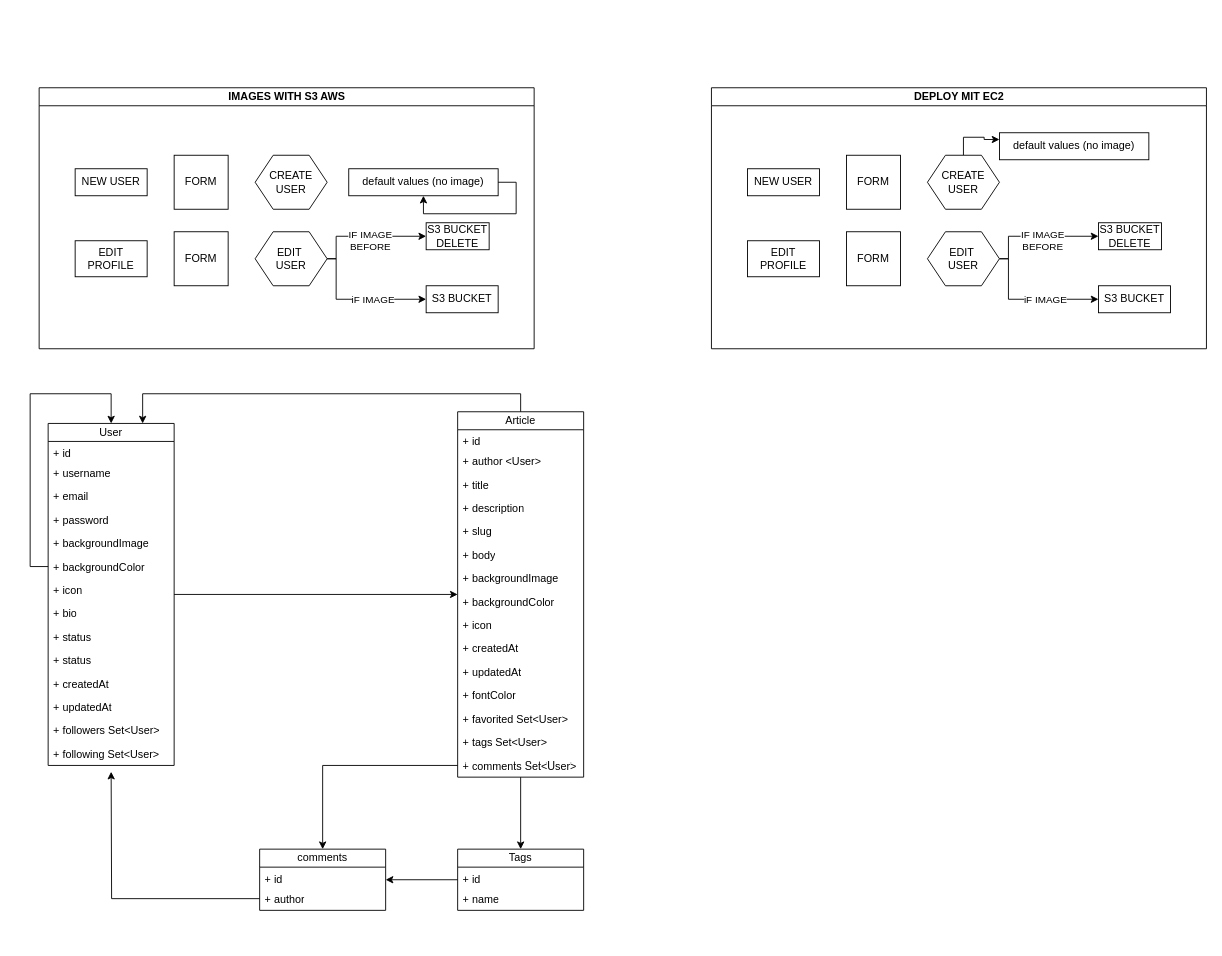
Above: Dmblog.drawio in dmsosa/dmblog (draw.io), before the change. Source tidied: cells renumbered, new cells numbered last; positions are measured from the earlier drawing's top-left corner, leaving out a move shared by most shapes. Both pictures are drawn from the tidied source at 90%, with x=0, y=0 at pixel (30, 87).
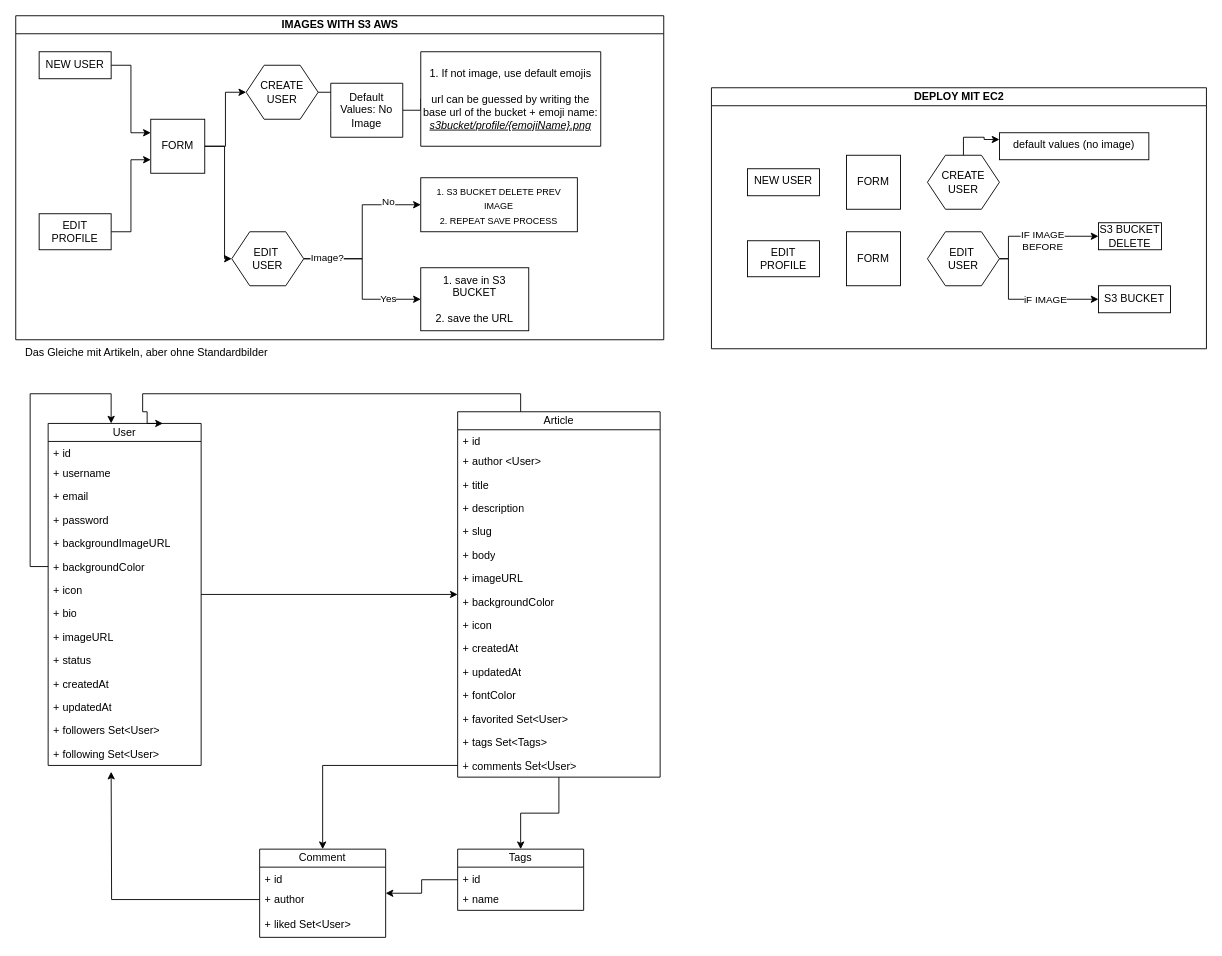
The same page after the edit.

The edit, as a diff of the source:
```diff
@@
     <mxCell id="18" value="User" style="swimlane;fontStyle=0;horizontal=1;startSize=20;fillColor=none;whiteSpace=wrap;html=1;" parent="1" vertex="1">
-      <mxGeometry x="20" y="373" width="140" height="380" as="geometry" />
+      <mxGeometry x="20" y="373" width="170" height="380" as="geometry" />
     </mxCell>
     <mxCell id="19" value="+ id" style="text;strokeColor=none;fillColor=none;align=left;verticalAlign=top;spacingLeft=4;spacingRight=4;overflow=hidden;whiteSpace=wrap;html=1;" parent="18" vertex="1">
-      <mxGeometry y="20" width="140" height="22" as="geometry" />
+      <mxGeometry y="20" width="170" height="22" as="geometry" />
     </mxCell>
     <mxCell id="20" value="+ username" style="text;strokeColor=none;fillColor=none;align=left;verticalAlign=top;spacingLeft=4;spacingRight=4;overflow=hidden;whiteSpace=wrap;html=1;" parent="18" vertex="1">
-      <mxGeometry y="42" width="140" height="26" as="geometry" />
+      <mxGeometry y="42" width="170" height="26" as="geometry" />
     </mxCell>
     <mxCell id="21" value="+ email" style="text;strokeColor=none;fillColor=none;align=left;verticalAlign=top;spacingLeft=4;spacingRight=4;overflow=hidden;whiteSpace=wrap;html=1;" parent="18" vertex="1">
-      <mxGeometry y="68" width="140" height="26" as="geometry" />
+      <mxGeometry y="68" width="170" height="26" as="geometry" />
     </mxCell>
     <mxCell id="22" value="+ password" style="text;strokeColor=none;fillColor=none;align=left;verticalAlign=top;spacingLeft=4;spacingRight=4;overflow=hidden;whiteSpace=wrap;html=1;" parent="18" vertex="1">
-      <mxGeometry y="94" width="140" height="26" as="geometry" />
+      <mxGeometry y="94" width="170" height="26" as="geometry" />
     </mxCell>
-    <mxCell id="23" value="+ backgroundImage" style="text;strokeColor=none;fillColor=none;align=left;verticalAlign=top;spacingLeft=4;spacingRight=4;overflow=hidden;whiteSpace=wrap;html=1;" parent="18" vertex="1">
-      <mxGeometry y="120" width="140" height="26" as="geometry" />
+    <mxCell id="23" value="+ backgroundImageURL" style="text;strokeColor=none;fillColor=none;align=left;verticalAlign=top;spacingLeft=4;spacingRight=4;overflow=hidden;whiteSpace=wrap;html=1;" parent="18" vertex="1">
+      <mxGeometry y="120" width="170" height="26" as="geometry" />
     </mxCell>
@@
     <mxCell id="25" value="+ backgroundColor" style="text;strokeColor=none;fillColor=none;align=left;verticalAlign=top;spacingLeft=4;spacingRight=4;overflow=hidden;points=[[0,0.5],[1,0.5]];portConstraint=eastwest;whiteSpace=wrap;html=1;" parent="18" vertex="1">
-      <mxGeometry y="146" width="140" height="26" as="geometry" />
+      <mxGeometry y="146" width="170" height="26" as="geometry" />
     </mxCell>
     <mxCell id="26" value="+ icon" style="text;strokeColor=none;fillColor=none;align=left;verticalAlign=top;spacingLeft=4;spacingRight=4;overflow=hidden;whiteSpace=wrap;html=1;" parent="18" vertex="1">
-      <mxGeometry y="172" width="140" height="26" as="geometry" />
+      <mxGeometry y="172" width="170" height="26" as="geometry" />
     </mxCell>
     <mxCell id="27" value="+ bio" style="text;strokeColor=none;fillColor=none;align=left;verticalAlign=top;spacingLeft=4;spacingRight=4;overflow=hidden;whiteSpace=wrap;html=1;" parent="18" vertex="1">
-      <mxGeometry y="198" width="140" height="26" as="geometry" />
+      <mxGeometry y="198" width="170" height="26" as="geometry" />
     </mxCell>
-    <mxCell id="28" value="+ status" style="text;strokeColor=none;fillColor=none;align=left;verticalAlign=top;spacingLeft=4;spacingRight=4;overflow=hidden;whiteSpace=wrap;html=1;" parent="18" vertex="1">
-      <mxGeometry y="224" width="140" height="26" as="geometry" />
+    <mxCell id="28" value="+ imageURL" style="text;strokeColor=none;fillColor=none;align=left;verticalAlign=top;spacingLeft=4;spacingRight=4;overflow=hidden;whiteSpace=wrap;html=1;" parent="18" vertex="1">
+      <mxGeometry y="224" width="170" height="26" as="geometry" />
     </mxCell>
     <mxCell id="29" value="+ status" style="text;strokeColor=none;fillColor=none;align=left;verticalAlign=top;spacingLeft=4;spacingRight=4;overflow=hidden;whiteSpace=wrap;html=1;" parent="18" vertex="1">
-      <mxGeometry y="250" width="140" height="26" as="geometry" />
+      <mxGeometry y="250" width="170" height="26" as="geometry" />
     </mxCell>
     <mxCell id="30" value="+ createdAt" style="text;strokeColor=none;fillColor=none;align=left;verticalAlign=top;spacingLeft=4;spacingRight=4;overflow=hidden;whiteSpace=wrap;html=1;" parent="18" vertex="1">
-      <mxGeometry y="276" width="140" height="26" as="geometry" />
+      <mxGeometry y="276" width="170" height="26" as="geometry" />
     </mxCell>
     <mxCell id="31" value="+ updatedAt" style="text;strokeColor=none;fillColor=none;align=left;verticalAlign=top;spacingLeft=4;spacingRight=4;overflow=hidden;whiteSpace=wrap;html=1;" parent="18" vertex="1">
-      <mxGeometry y="302" width="140" height="26" as="geometry" />
+      <mxGeometry y="302" width="170" height="26" as="geometry" />
     </mxCell>
     <mxCell id="32" value="+ followers Set&amp;lt;User&amp;gt;" style="text;strokeColor=none;fillColor=none;align=left;verticalAlign=top;spacingLeft=4;spacingRight=4;overflow=hidden;whiteSpace=wrap;html=1;" parent="18" vertex="1">
-      <mxGeometry y="328" width="140" height="26" as="geometry" />
+      <mxGeometry y="328" width="170" height="26" as="geometry" />
     </mxCell>
     <mxCell id="33" value="+ following Set&amp;lt;User&amp;gt;" style="text;strokeColor=none;fillColor=none;align=left;verticalAlign=top;spacingLeft=4;spacingRight=4;overflow=hidden;whiteSpace=wrap;html=1;" parent="18" vertex="1">
-      <mxGeometry y="354" width="140" height="26" as="geometry" />
+      <mxGeometry y="354" width="170" height="26" as="geometry" />
     </mxCell>
     <mxCell id="34" style="edgeStyle=orthogonalEdgeStyle;rounded=0;jettySize=auto;html=1;entryX=0.75;entryY=0;entryDx=0;entryDy=0;" parent="1" edge="1" source="36" target="18">
       <mxGeometry relative="1" as="geometry">
         <Array as="points">
           <mxPoint x="545" y="340" />
           <mxPoint x="125" y="340" />
+          <mxPoint x="125" y="360" />
+          <mxPoint x="130" y="360" />
+          <mxPoint x="130" y="373" />
         </Array>
       </mxGeometry>
     </mxCell>
@@
     <mxCell id="36" value="Article" style="swimlane;fontStyle=0;horizontal=1;startSize=20;fillColor=none;whiteSpace=wrap;html=1;" parent="1" vertex="1">
-      <mxGeometry x="475" y="360" width="140" height="406" as="geometry" />
+      <mxGeometry x="475" y="360" width="225" height="406" as="geometry" />
     </mxCell>
     <mxCell id="37" value="+ id" style="text;strokeColor=none;fillColor=none;align=left;verticalAlign=top;spacingLeft=4;spacingRight=4;overflow=hidden;whiteSpace=wrap;html=1;" parent="36" vertex="1">
-      <mxGeometry y="20" width="140" height="22" as="geometry" />
+      <mxGeometry y="20" width="225" height="22" as="geometry" />
     </mxCell>
     <mxCell id="38" value="+ author &amp;lt;User&amp;gt;" style="text;strokeColor=none;fillColor=none;align=left;verticalAlign=top;spacingLeft=4;spacingRight=4;overflow=hidden;whiteSpace=wrap;html=1;" parent="36" vertex="1">
-      <mxGeometry y="42" width="140" height="26" as="geometry" />
+      <mxGeometry y="42" width="225" height="26" as="geometry" />
     </mxCell>
     <mxCell id="39" value="+ title" style="text;strokeColor=none;fillColor=none;align=left;verticalAlign=top;spacingLeft=4;spacingRight=4;overflow=hidden;whiteSpace=wrap;html=1;" parent="36" vertex="1">
-      <mxGeometry y="68" width="140" height="26" as="geometry" />
+      <mxGeometry y="68" width="225" height="26" as="geometry" />
     </mxCell>
     <mxCell id="40" value="+ description" style="text;strokeColor=none;fillColor=none;align=left;verticalAlign=top;spacingLeft=4;spacingRight=4;overflow=hidden;whiteSpace=wrap;html=1;" parent="36" vertex="1">
-      <mxGeometry y="94" width="140" height="26" as="geometry" />
+      <mxGeometry y="94" width="225" height="26" as="geometry" />
     </mxCell>
     <mxCell id="41" value="+ slug" style="text;strokeColor=none;fillColor=none;align=left;verticalAlign=top;spacingLeft=4;spacingRight=4;overflow=hidden;whiteSpace=wrap;html=1;" parent="36" vertex="1">
-      <mxGeometry y="120" width="140" height="26" as="geometry" />
+      <mxGeometry y="120" width="225" height="26" as="geometry" />
     </mxCell>
     <mxCell id="42" value="+ body" style="text;strokeColor=none;fillColor=none;align=left;verticalAlign=top;spacingLeft=4;spacingRight=4;overflow=hidden;whiteSpace=wrap;html=1;" parent="36" vertex="1">
-      <mxGeometry y="146" width="140" height="26" as="geometry" />
+      <mxGeometry y="146" width="225" height="26" as="geometry" />
     </mxCell>
-    <mxCell id="43" value="+ backgroundImage" style="text;strokeColor=none;fillColor=none;align=left;verticalAlign=top;spacingLeft=4;spacingRight=4;overflow=hidden;whiteSpace=wrap;html=1;" parent="36" vertex="1">
-      <mxGeometry y="172" width="140" height="26" as="geometry" />
+    <mxCell id="43" value="+ imageURL" style="text;strokeColor=none;fillColor=none;align=left;verticalAlign=top;spacingLeft=4;spacingRight=4;overflow=hidden;whiteSpace=wrap;html=1;" parent="36" vertex="1">
+      <mxGeometry y="172" width="225" height="26" as="geometry" />
     </mxCell>
     <mxCell id="44" value="+ backgroundColor" style="text;strokeColor=none;fillColor=none;align=left;verticalAlign=top;spacingLeft=4;spacingRight=4;overflow=hidden;whiteSpace=wrap;html=1;" parent="36" vertex="1">
-      <mxGeometry y="198" width="140" height="26" as="geometry" />
+      <mxGeometry y="198" width="225" height="26" as="geometry" />
     </mxCell>
     <mxCell id="45" value="+ icon" style="text;strokeColor=none;fillColor=none;align=left;verticalAlign=top;spacingLeft=4;spacingRight=4;overflow=hidden;whiteSpace=wrap;html=1;" parent="36" vertex="1">
-      <mxGeometry y="224" width="140" height="26" as="geometry" />
+      <mxGeometry y="224" width="225" height="26" as="geometry" />
     </mxCell>
     <mxCell id="46" value="+ createdAt" style="text;strokeColor=none;fillColor=none;align=left;verticalAlign=top;spacingLeft=4;spacingRight=4;overflow=hidden;whiteSpace=wrap;html=1;" parent="36" vertex="1">
-      <mxGeometry y="250" width="140" height="26" as="geometry" />
+      <mxGeometry y="250" width="225" height="26" as="geometry" />
     </mxCell>
     <mxCell id="47" value="+ updatedAt" style="text;strokeColor=none;fillColor=none;align=left;verticalAlign=top;spacingLeft=4;spacingRight=4;overflow=hidden;whiteSpace=wrap;html=1;" parent="36" vertex="1">
-      <mxGeometry y="276" width="140" height="26" as="geometry" />
+      <mxGeometry y="276" width="225" height="26" as="geometry" />
     </mxCell>
     <mxCell id="48" value="+ fontColor" style="text;strokeColor=none;fillColor=none;align=left;verticalAlign=top;spacingLeft=4;spacingRight=4;overflow=hidden;whiteSpace=wrap;html=1;" parent="36" vertex="1">
-      <mxGeometry y="302" width="140" height="26" as="geometry" />
+      <mxGeometry y="302" width="225" height="26" as="geometry" />
     </mxCell>
     <mxCell id="49" value="+ favorited Set&amp;lt;User&amp;gt;" style="text;strokeColor=none;fillColor=none;align=left;verticalAlign=top;spacingLeft=4;spacingRight=4;overflow=hidden;whiteSpace=wrap;html=1;" parent="36" vertex="1">
-      <mxGeometry y="328" width="140" height="26" as="geometry" />
+      <mxGeometry y="328" width="225" height="26" as="geometry" />
     </mxCell>
-    <mxCell id="50" value="+ tags Set&amp;lt;User&amp;gt;" style="text;strokeColor=none;fillColor=none;align=left;verticalAlign=top;spacingLeft=4;spacingRight=4;overflow=hidden;whiteSpace=wrap;html=1;" parent="36" vertex="1">
-      <mxGeometry y="354" width="140" height="26" as="geometry" />
+    <mxCell id="50" value="+ tags Set&amp;lt;Tags&amp;gt;" style="text;strokeColor=none;fillColor=none;align=left;verticalAlign=top;spacingLeft=4;spacingRight=4;overflow=hidden;whiteSpace=wrap;html=1;" parent="36" vertex="1">
+      <mxGeometry y="354" width="225" height="26" as="geometry" />
     </mxCell>
     <mxCell id="51" value="+ comments Set&amp;lt;User&amp;gt;" style="text;strokeColor=none;fillColor=none;align=left;verticalAlign=top;spacingLeft=4;spacingRight=4;overflow=hidden;points=[[0,0.5],[1,0.5]];portConstraint=eastwest;whiteSpace=wrap;html=1;" parent="36" vertex="1">
-      <mxGeometry y="380" width="140" height="26" as="geometry" />
+      <mxGeometry y="380" width="225" height="26" as="geometry" />
     </mxCell>
@@
-    <mxCell id="56" value="comments" style="swimlane;fontStyle=0;horizontal=1;startSize=20;fillColor=none;whiteSpace=wrap;html=1;" parent="1" vertex="1">
-      <mxGeometry x="255" y="846" width="140" height="68" as="geometry" />
+    <mxCell id="56" value="Comment" style="swimlane;fontStyle=0;horizontal=1;startSize=20;fillColor=none;whiteSpace=wrap;html=1;" parent="1" vertex="1">
+      <mxGeometry x="255" y="846" width="140" height="98" as="geometry" />
     </mxCell>
@@
     <mxCell id="59" value="+ author" style="text;strokeColor=none;fillColor=none;align=left;verticalAlign=top;spacingLeft=4;spacingRight=4;overflow=hidden;points=[[0,0.5],[1,0.5]];portConstraint=eastwest;whiteSpace=wrap;html=1;" parent="56" vertex="1">
-      <mxGeometry y="42" width="140" height="26" as="geometry" />
+      <mxGeometry y="42" width="140" height="28" as="geometry" />
     </mxCell>
+    <mxCell id="76" value="+ liked Set&amp;lt;User&amp;gt;" style="text;strokeColor=none;fillColor=none;align=left;verticalAlign=top;spacingLeft=4;spacingRight=4;overflow=hidden;whiteSpace=wrap;html=1;" parent="56" vertex="1">
+      <mxGeometry y="70" width="140" height="28" as="geometry" />
+    </mxCell>
@@
     <mxCell id="61" value="IMAGES WITH S3 AWS" style="swimlane;html=1;startSize=20;horizontal=1;containerType=tree;glass=0;" parent="1" vertex="1">
-      <mxGeometry x="10" width="550" height="290" as="geometry" />
+      <mxGeometry x="-16" y="-80" width="720" height="360" as="geometry" />
     </mxCell>
-    <mxCell id="62" value="default values (no image)" style="rounded=0;whiteSpace=wrap;html=1;verticalAlign=top;" parent="61" vertex="1">
-      <mxGeometry x="344" y="90" width="166" height="30" as="geometry" />
-    </mxCell>
+    <mxCell id="77" style="edgeStyle=orthogonalEdgeStyle;rounded=0;jettySize=auto;html=1;entryX=0;entryY=0.25;entryDx=0;entryDy=0;" parent="61" edge="1" source="63" target="64">
+      <mxGeometry relative="1" as="geometry" />
+    </mxCell>
     <mxCell id="63" value="NEW USER" style="rounded=0;whiteSpace=wrap;html=1;verticalAlign=top;" parent="61" vertex="1">
-      <mxGeometry x="40" y="90" width="80" height="30" as="geometry" />
+      <mxGeometry x="26" y="40" width="80" height="30" as="geometry" />
     </mxCell>
+    <mxCell id="78" style="edgeStyle=orthogonalEdgeStyle;rounded=0;jettySize=auto;html=1;" parent="61" edge="1" source="64" target="65">
+      <mxGeometry relative="1" as="geometry" />
+    </mxCell>
+    <mxCell id="79" style="edgeStyle=orthogonalEdgeStyle;rounded=0;jettySize=auto;html=1;entryX=0;entryY=0.5;entryDx=0;entryDy=0;" parent="61" edge="1" target="72">
+      <mxGeometry relative="1" as="geometry">
+        <mxPoint x="176" y="145" as="sourcePoint" />
+        <Array as="points">
+          <mxPoint x="232" y="145" />
+          <mxPoint x="232" y="270" />
+        </Array>
+      </mxGeometry>
+    </mxCell>
     <mxCell id="64" value="FORM" style="whiteSpace=wrap;html=1;" parent="61" vertex="1">
-      <mxGeometry x="150" y="75" width="60" height="60" as="geometry" />
+      <mxGeometry x="150" y="115" width="60" height="60" as="geometry" />
     </mxCell>
     <mxCell id="65" value="CREATE USER" style="shape=hexagon;perimeter=hexagonPerimeter2;whiteSpace=wrap;html=1;fixedSize=1;" parent="61" vertex="1">
-      <mxGeometry x="240" y="75" width="80" height="60" as="geometry" />
+      <mxGeometry x="256" y="55" width="80" height="60" as="geometry" />
     </mxCell>
+    <mxCell id="80" style="edgeStyle=orthogonalEdgeStyle;rounded=0;jettySize=auto;html=1;entryX=0;entryY=0.75;entryDx=0;entryDy=0;" parent="61" edge="1" source="66" target="64">
+      <mxGeometry relative="1" as="geometry" />
+    </mxCell>
     <mxCell id="66" value="EDIT PROFILE" style="rounded=0;whiteSpace=wrap;html=1;" parent="61" vertex="1">
-      <mxGeometry x="40" y="170" width="80" height="40" as="geometry" />
+      <mxGeometry x="26" y="220" width="80" height="40" as="geometry" />
     </mxCell>
-    <mxCell id="67" value="FORM" style="whiteSpace=wrap;html=1;" parent="61" vertex="1">
-      <mxGeometry x="150" y="160" width="60" height="60" as="geometry" />
-    </mxCell>
+    <mxCell id="70" style="edgeStyle=orthogonalEdgeStyle;rounded=0;jettySize=auto;html=1;exitX=1;exitY=0.5;exitDx=0;exitDy=0;entryX=0;entryY=0.5;entryDx=0;entryDy=0;" parent="61" edge="1" source="72" target="74">
+      <mxGeometry relative="1" as="geometry" />
+    </mxCell>
+    <mxCell id="81" value="No" style="edgeLabel;html=1;align=center;verticalAlign=middle;" parent="70" vertex="1">
+      <mxGeometry x="0.61" y="4" relative="1" as="geometry" />
+    </mxCell>
-    <mxCell id="68" style="edgeStyle=orthogonalEdgeStyle;rounded=0;jettySize=auto;html=1;entryX=0;entryY=0.5;entryDx=0;entryDy=0;" parent="61" edge="1" source="72" target="73">
-      <mxGeometry relative="1" as="geometry">
-        <Array as="points">
-          <mxPoint x="330" y="190" />
-          <mxPoint x="330" y="235" />
-        </Array>
-      </mxGeometry>
+    <mxCell id="68" style="edgeStyle=orthogonalEdgeStyle;rounded=0;jettySize=auto;html=1;exitX=1;exitY=0.5;exitDx=0;exitDy=0;entryX=0;entryY=0.5;entryDx=0;entryDy=0;" parent="61" edge="1" source="72" target="73">
+      <mxGeometry relative="1" as="geometry" />
     </mxCell>
-    <mxCell id="69" value="iF IMAGE" style="edgeLabel;html=1;align=center;verticalAlign=middle;" parent="68" vertex="1">
-      <mxGeometry x="-0.28" y="-4" relative="1" as="geometry">
-        <mxPoint x="39" y="-4" as="offset" />
-      </mxGeometry>
-    </mxCell>
-    <mxCell id="70" style="edgeStyle=orthogonalEdgeStyle;rounded=0;jettySize=auto;html=1;exitX=1;exitY=0.5;exitDx=0;exitDy=0;entryX=0;entryY=0.5;entryDx=0;entryDy=0;" parent="61" edge="1" source="72" target="74">
-      <mxGeometry relative="1" as="geometry">
-        <Array as="points">
-          <mxPoint x="330" y="190" />
-          <mxPoint x="330" y="165" />
-        </Array>
-      </mxGeometry>
-    </mxCell>
-    <mxCell id="71" value="IF IMAGE&lt;div&gt;BEFORE&lt;/div&gt;" style="edgeLabel;html=1;align=center;verticalAlign=middle;" parent="70" vertex="1">
-      <mxGeometry x="0.06" y="-4" relative="1" as="geometry" />
-    </mxCell>
+    <mxCell id="82" value="Image?" style="edgeLabel;html=1;align=center;verticalAlign=middle;" parent="68" vertex="1">
+      <mxGeometry x="-0.72" y="2" relative="1" as="geometry" />
+    </mxCell>
+    <mxCell id="83" value="Yes" style="edgeLabel;html=1;align=center;verticalAlign=middle;" parent="68" vertex="1">
+      <mxGeometry x="0.58" y="2" relative="1" as="geometry" />
+    </mxCell>
     <mxCell id="72" value="EDIT&amp;nbsp;&lt;div&gt;USER&lt;/div&gt;" style="shape=hexagon;perimeter=hexagonPerimeter2;whiteSpace=wrap;html=1;fixedSize=1;" parent="61" vertex="1">
-      <mxGeometry x="240" y="160" width="80" height="60" as="geometry" />
+      <mxGeometry x="240" y="240" width="80" height="60" as="geometry" />
     </mxCell>
-    <mxCell id="73" value="S3 BUCKET" style="rounded=0;whiteSpace=wrap;html=1;" parent="61" vertex="1">
-      <mxGeometry x="430" y="220" width="80" height="30" as="geometry" />
+    <mxCell id="73" value="1. save in S3 BUCKET&lt;div&gt;&lt;br&gt;&lt;/div&gt;&lt;div&gt;2. save the URL&lt;/div&gt;" style="rounded=0;whiteSpace=wrap;html=1;" parent="61" vertex="1">
+      <mxGeometry x="450" y="280" width="120" height="70" as="geometry" />
     </mxCell>
-    <mxCell id="74" value="S3 BUCKET DELETE" style="rounded=0;whiteSpace=wrap;html=1;" parent="61" vertex="1">
-      <mxGeometry x="430" y="150" width="70" height="30" as="geometry" />
+    <mxCell id="74" value="&lt;font style=&quot;font-size: 10px;&quot;&gt;1. S3 BUCKET DELETE PREV IMAGE&lt;/font&gt;&lt;div style=&quot;line-height: 70%; font-size: 10px;&quot;&gt;&lt;font style=&quot;font-size: 10px;&quot;&gt;&lt;br&gt;&lt;/font&gt;&lt;/div&gt;&lt;div style=&quot;line-height: 70%; font-size: 10px;&quot;&gt;&lt;font style=&quot;font-size: 10px;&quot;&gt;2. REPEAT SAVE PROCESS&lt;/font&gt;&lt;/div&gt;" style="rounded=0;whiteSpace=wrap;html=1;" parent="61" vertex="1">
+      <mxGeometry x="450" y="180" width="174" height="60" as="geometry" />
     </mxCell>
-    <mxCell id="75" style="edgeStyle=orthogonalEdgeStyle;rounded=0;orthogonalLoop=1;jettySize=auto;html=1;exitX=1;exitY=0.5;exitDx=0;exitDy=0;" parent="61" edge="1" source="62" target="62">
-      <mxGeometry relative="1" as="geometry" />
-    </mxCell>
+    <mxCell id="84" style="edgeStyle=orthogonalEdgeStyle;rounded=0;jettySize=auto;html=1;" parent="61" edge="1" source="65" target="85">
+      <mxGeometry relative="1" as="geometry" />
+    </mxCell>
+    <mxCell id="85" value="Default Values: No Image" style="shape=hexagon;perimeter=hexagonPerimeter2;whiteSpace=wrap;html=1;fixedSize=1;size=-70;" parent="61" vertex="1">
+      <mxGeometry x="350" y="75" width="80" height="60" as="geometry" />
+    </mxCell>
+    <mxCell id="86" style="edgeStyle=orthogonalEdgeStyle;rounded=0;jettySize=auto;html=1;" parent="61" edge="1" source="85" target="87">
+      <mxGeometry relative="1" as="geometry" />
+    </mxCell>
+    <mxCell id="87" value="1. If not image, use default emojis&lt;div&gt;&lt;br&gt;&lt;/div&gt;&lt;div&gt;url can be guessed by writing the base url of the bucket + emoji name:&lt;/div&gt;&lt;div&gt;&lt;i&gt;&lt;u&gt;s3bucket/profile/{emojiName}.png&lt;/u&gt;&lt;/i&gt;&lt;/div&gt;" style="shape=hexagon;perimeter=hexagonPerimeter2;whiteSpace=wrap;html=1;fixedSize=1;size=-70;" parent="61" vertex="1">
+      <mxGeometry x="450" y="40" width="200" height="105" as="geometry" />
+    </mxCell>
+    <mxCell id="88" value="Das Gleiche mit Artikeln, aber ohne Standardbilder" style="text;html=1;align=center;verticalAlign=middle;strokeColor=none;fillColor=none;" parent="1" vertex="1">
+      <mxGeometry x="-16" y="280" width="290" height="30" as="geometry" />
+    </mxCell>
```
